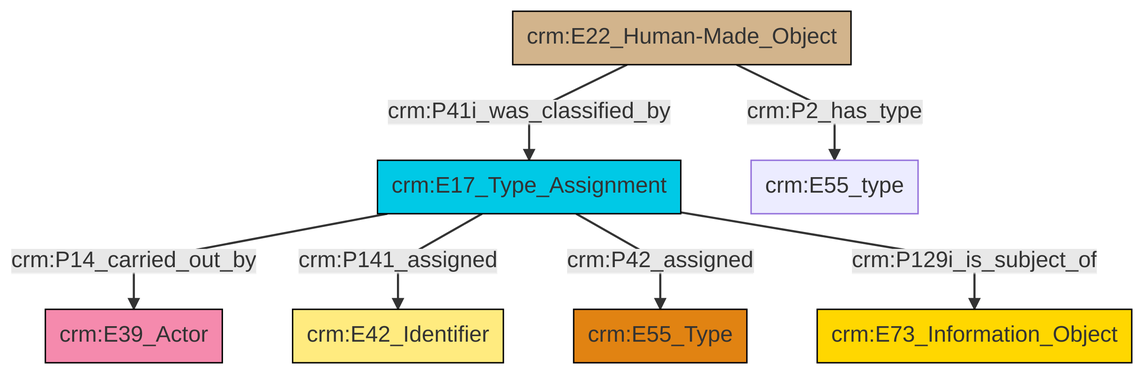
swiss-art-research-net/reference-data-models keeps this Mermaid diagram as et/builtWorkCSV/ttl/mmd/png/Built_Work_designation_status.png. Above is the earlier version. Its source is kept beside it as et/builtWorkCSV/ttl/mmd/Built_Work_designation_status.ttl.mmd.
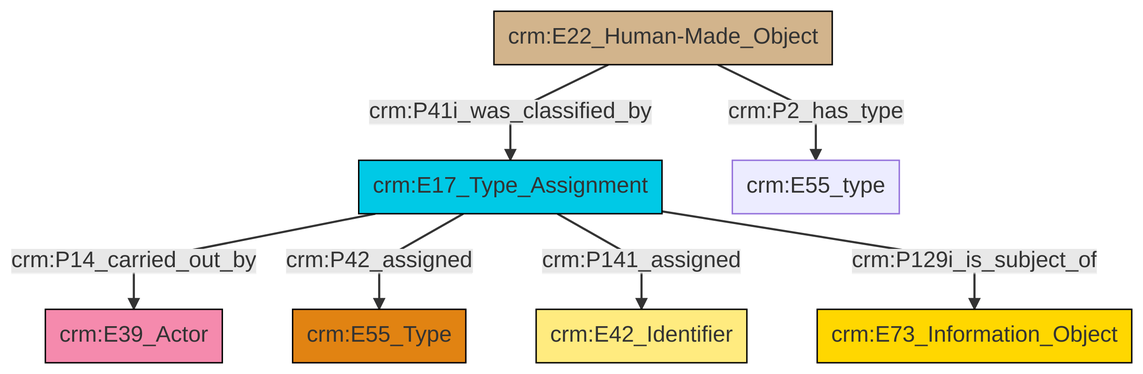
The same file after the commit.

Diff of the diagram source:
```diff
@@ -14,8 +14,8 @@
 classDef Multi fill:#cccccc,stroke:#000000;
 
 0["crm:E17_Type_Assignment"]:::Temporal_Entity -->|crm:P14_carried_out_by| 1["crm:E39_Actor"]:::Actor
-2["crm:E22_Human-Made_Object"]:::Physical_Thing -->|crm:P41i_was_classified_by| 0["crm:E17_Type_Assignment"]:::Temporal_Entity
-0["crm:E17_Type_Assignment"]:::Temporal_Entity -->|crm:P141_assigned| 5["crm:E42_Identifier"]:::Appellation
-0["crm:E17_Type_Assignment"]:::Temporal_Entity -->|crm:P42_assigned| 6["crm:E55_Type"]:::Type
+6["crm:E22_Human-Made_Object"]:::Physical_Thing -->|crm:P2_has_type| 4["crm:E55_type"]:::Default
+0["crm:E17_Type_Assignment"]:::Temporal_Entity -->|crm:P42_assigned| 7["crm:E55_Type"]:::Type
+0["crm:E17_Type_Assignment"]:::Temporal_Entity -->|crm:P141_assigned| 2["crm:E42_Identifier"]:::Appellation
+6["crm:E22_Human-Made_Object"]:::Physical_Thing -->|crm:P41i_was_classified_by| 0["crm:E17_Type_Assignment"]:::Temporal_Entity
 0["crm:E17_Type_Assignment"]:::Temporal_Entity -->|crm:P129i_is_subject_of| 9["crm:E73_Information_Object"]:::Conceptual_Object
-2["crm:E22_Human-Made_Object"]:::Physical_Thing -->|crm:P2_has_type| 12["crm:E55_type"]:::Default
```
